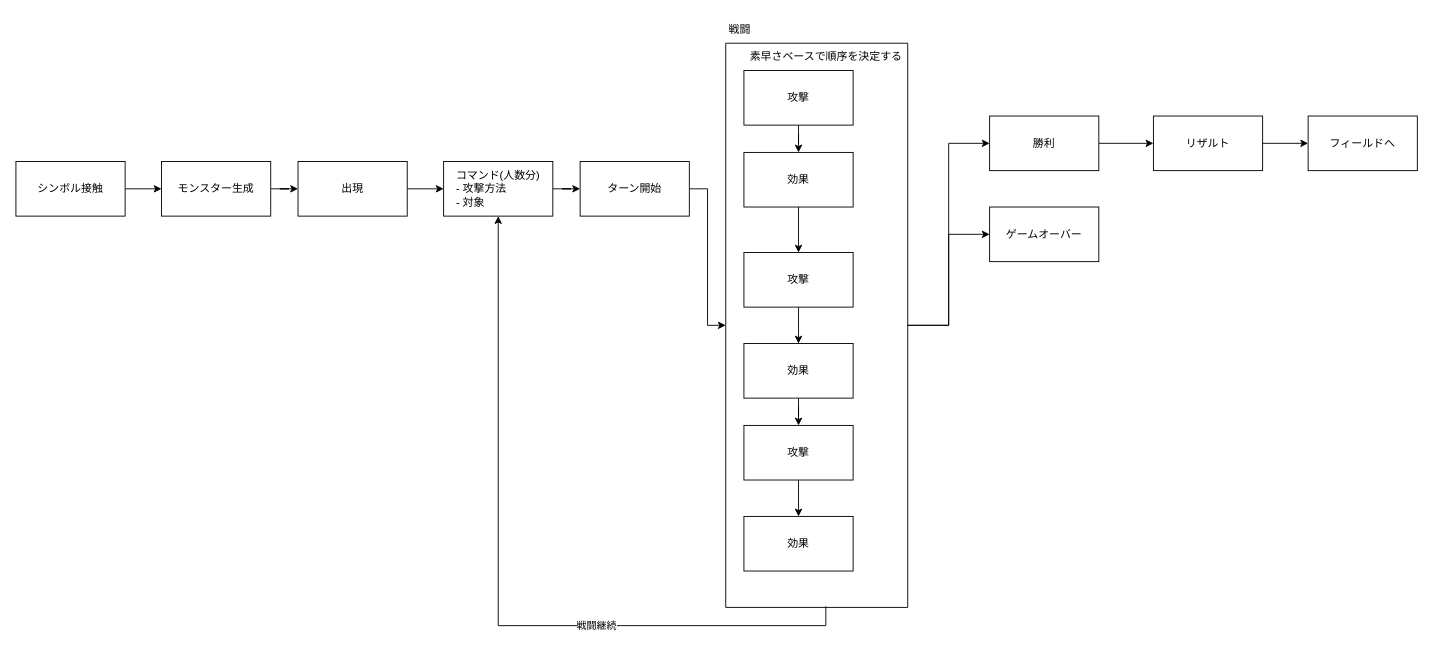
kijimaD/digger_rs keeps this draw.io diagram as page "戦闘LC" (2 of 6) of digger.drawio. Above is the earlier version. Source tidied: cells renumbered, new cells numbered last; positions are measured from the earlier drawing's top-left corner, leaving out a move shared by most shapes. Both pictures are drawn from the tidied source at 91%, with x=0, y=0 at pixel (15, 15).
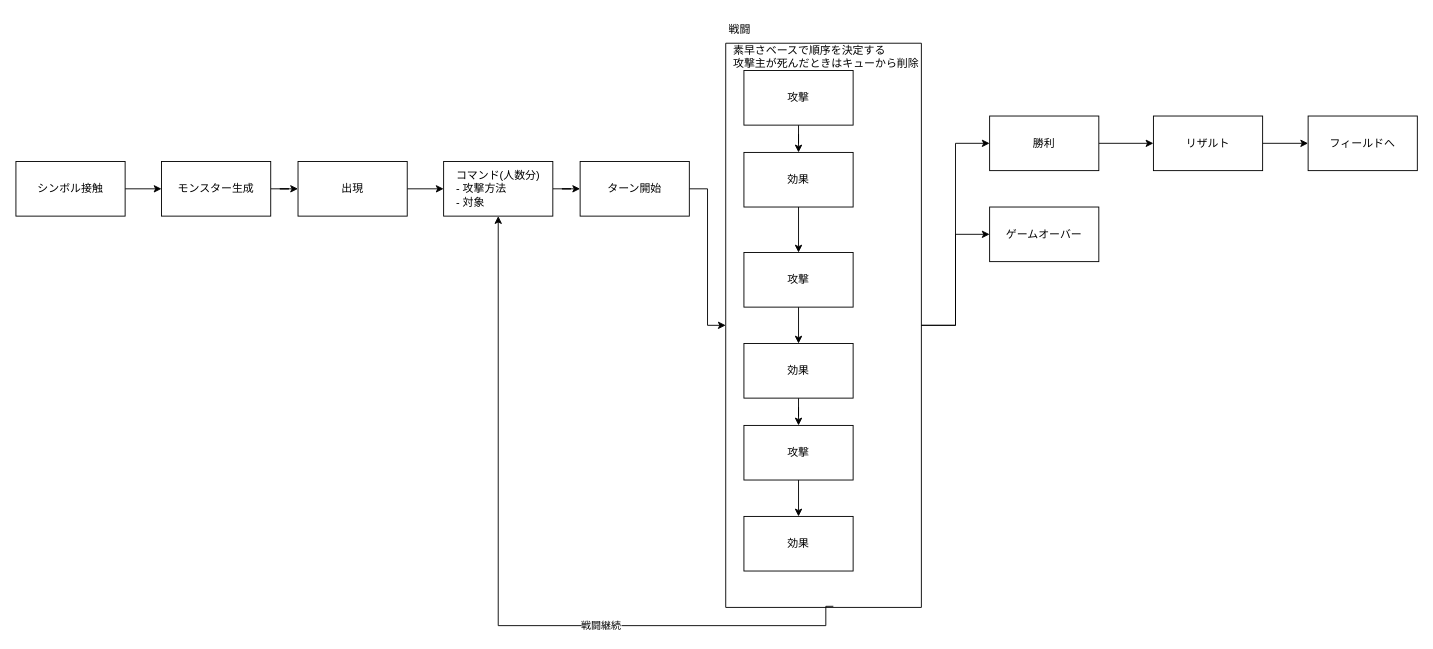
After the change.

Diff of the diagram source:
```diff
@@
     <mxCell id="16" style="swimlane;startSize=0;" parent="1" vertex="1">
-      <mxGeometry x="780" y="30" width="200" height="620" as="geometry" />
+      <mxGeometry x="780" y="30" width="215" height="620" as="geometry" />
     </mxCell>
@@
-    <mxCell id="21" value="素早さベースで順序を決定する" style="text;html=1;align=center;verticalAlign=middle;strokeColor=none;fillColor=none;" parent="16" vertex="1">
-      <mxGeometry x="20" width="180" height="30" as="geometry" />
+    <mxCell id="21" value="&lt;div align=&quot;left&quot;&gt;素早さベースで順序を決定する&lt;br&gt;攻撃主が死んだときはキューから削除&lt;br&gt;&lt;/div&gt;" style="text;html=1;align=center;verticalAlign=middle;strokeColor=none;fillColor=none;" parent="16" vertex="1">
+      <mxGeometry x="5" y="-5" width="210" height="40" as="geometry" />
     </mxCell>
```
